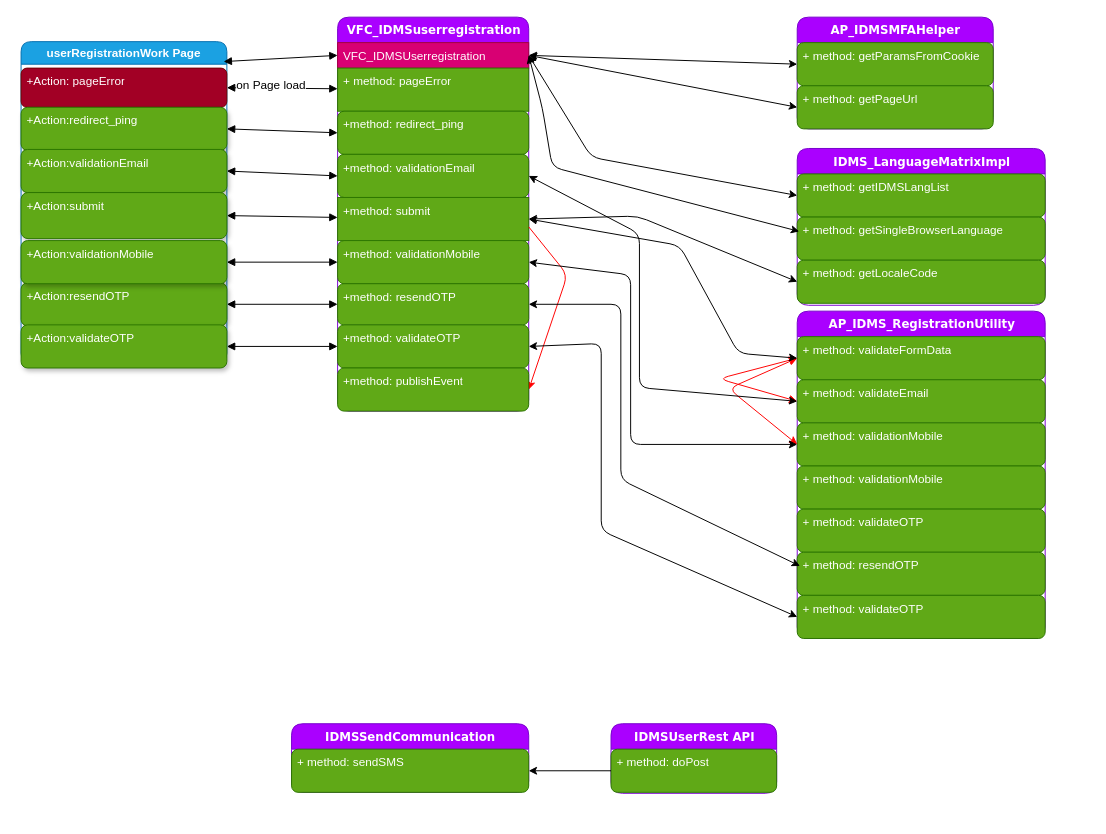
This is Registration Diagram B2B - Mobile.drawio from anoopijt/IDMS-Diagrams, a draw.io file, before an edit. Source tidied: cells renumbered, new cells numbered last; positions are measured from the earlier drawing's top-left corner, leaving out a move shared by most shapes. Both pictures are drawn from the tidied source at 98%, with x=0, y=0 at pixel (21, 17).
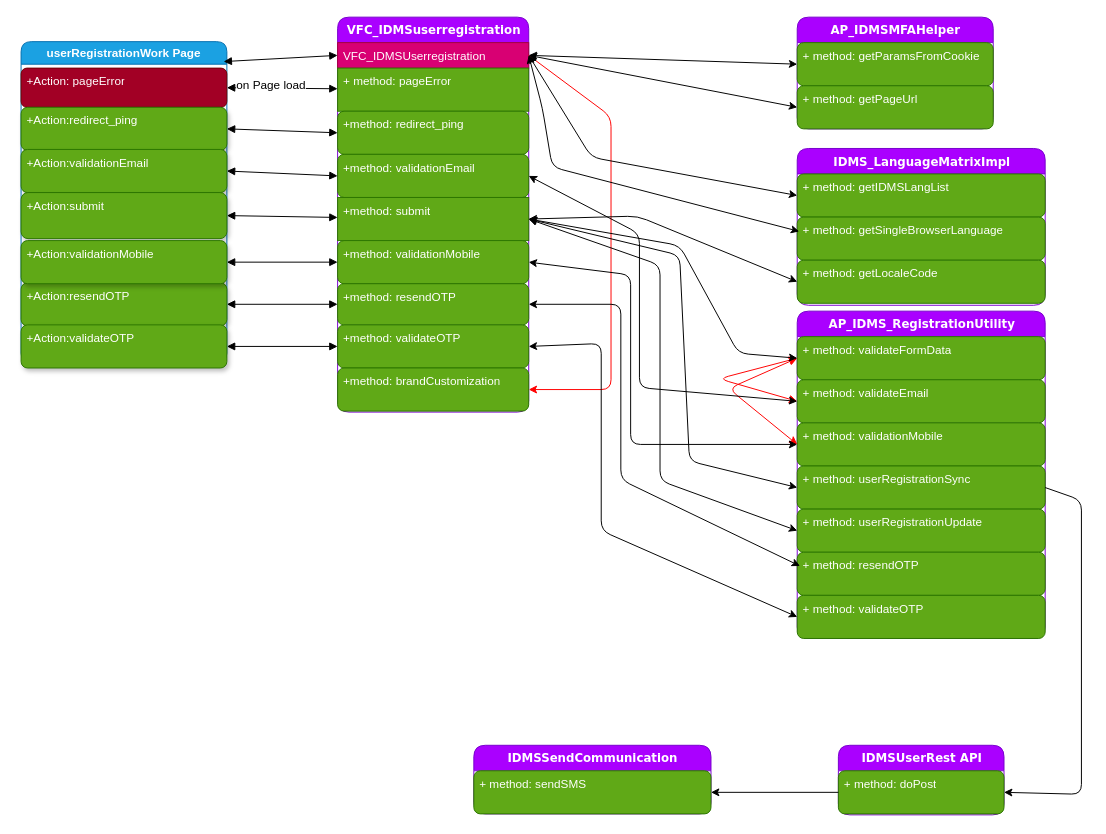
The same page after the edit.

The change refers to these unchanged cells:
```xml
<mxCell id="3" value="VFC_IDMSUserregistration" style="text;html=1;strokeColor=#A50040;fillColor=#d80073;align=left;verticalAlign=top;spacingLeft=4;spacingRight=4;whiteSpace=wrap;overflow=hidden;points=[[0,0.5],[1,0.5]];portConstraint=eastwest;fontColor=#ffffff;" parent="2" vertex="1">
  <mxGeometry y="26" width="195" height="26" as="geometry" />
</mxCell>
<mxCell id="7" value="+method: submit" style="text;html=1;strokeColor=#2D7600;fillColor=#60a917;align=left;verticalAlign=top;spacingLeft=4;spacingRight=4;whiteSpace=wrap;overflow=hidden;points=[[0,0.5],[1,0.5]];portConstraint=eastwest;fontColor=#ffffff;" parent="2" vertex="1">
  <mxGeometry y="184" width="195" height="44" as="geometry" />
</mxCell>
<mxCell id="39" value="AP_IDMS_RegistrationUtility" style="swimlane;html=1;fontStyle=1;align=center;verticalAlign=top;horizontal=1;startSize=26;swimlaneFillColor=#ffffff;rounded=1;shadow=0;comic=0;labelBackgroundColor=none;strokeColor=#7700CC;strokeWidth=1;fillColor=#aa00ff;fontFamily=Verdana;fontSize=12;fontColor=#ffffff;" parent="1" vertex="1">
  <mxGeometry x="792" y="300" width="253" height="334" as="geometry" />
</mxCell>
<mxCell id="53" value="+ method: doPost" style="text;html=1;strokeColor=#2D7600;fillColor=#60a917;align=left;verticalAlign=top;spacingLeft=4;spacingRight=4;whiteSpace=wrap;overflow=hidden;points=[[0,0.5],[1,0.5]];portConstraint=eastwest;shadow=0;comic=0;fontColor=#ffffff;rounded=1;" parent="52" vertex="1">
  <mxGeometry y="26" width="169" height="44" as="geometry" />
</mxCell>
```

What changed in the source:
```diff
@@
     <mxCell id="2" value="VFC_IDMSuserregistration" style="swimlane;html=1;fontStyle=1;align=center;verticalAlign=top;horizontal=1;startSize=26;swimlaneFillColor=#ffffff;rounded=1;shadow=0;comic=0;labelBackgroundColor=none;strokeColor=#7700CC;strokeWidth=1;fillColor=#aa00ff;fontFamily=Verdana;fontSize=12;fontColor=#ffffff;" parent="1" vertex="1">
-      <mxGeometry x="323" width="195" height="402" as="geometry" />
+      <mxGeometry x="323" width="195" height="403" as="geometry" />
     </mxCell>
@@
-    <mxCell id="8" style="endArrow=classic;html=1;strokeColor=#FF0000;exitX=1;exitY=0.5;exitDx=0;exitDy=0;entryX=1;entryY=0.5;entryDx=0;entryDy=0;" parent="2" edge="1" target="12">
-      <mxGeometry relative="1" as="geometry">
-        <mxPoint x="195" y="214" as="sourcePoint" />
-        <Array as="points">
-          <mxPoint x="234.5" y="263" />
-        </Array>
-      </mxGeometry>
-    </mxCell>
@@
-    <mxCell id="12" value="+method: publishEvent" style="text;html=1;strokeColor=#2D7600;fillColor=#60a917;align=left;verticalAlign=top;spacingLeft=4;spacingRight=4;whiteSpace=wrap;overflow=hidden;points=[[0,0.5],[1,0.5]];portConstraint=eastwest;rounded=1;fontColor=#ffffff;" parent="2" vertex="1">
-      <mxGeometry y="358" width="195" height="44" as="geometry" />
-    </mxCell>
+    <mxCell id="63" value="+method: brandCustomization" style="text;html=1;strokeColor=#2D7600;fillColor=#60a917;align=left;verticalAlign=top;spacingLeft=4;spacingRight=4;whiteSpace=wrap;overflow=hidden;points=[[0,0.5],[1,0.5]];portConstraint=eastwest;rounded=1;fontColor=#ffffff;" parent="2" vertex="1">
+      <mxGeometry y="358" width="195" height="44" as="geometry" />
+    </mxCell>
+    <mxCell id="8" style="endArrow=classic;html=1;strokeColor=#FF0000;entryX=1;entryY=0.5;entryDx=0;entryDy=0;exitX=1;exitY=0.5;exitDx=0;exitDy=0;" parent="2" edge="1" source="3" target="63">
+      <mxGeometry relative="1" as="geometry">
+        <Array as="points">
+          <mxPoint x="279" y="101.5" />
+          <mxPoint x="279" y="380" />
+        </Array>
+      </mxGeometry>
+    </mxCell>
@@
-    <mxCell id="45" value="+ method: validationMobile" style="text;html=1;strokeColor=#2D7600;fillColor=#60a917;align=left;verticalAlign=top;spacingLeft=4;spacingRight=4;whiteSpace=wrap;overflow=hidden;points=[[0,0.5],[1,0.5]];portConstraint=eastwest;shadow=0;comic=0;fontColor=#ffffff;rounded=1;" parent="39" vertex="1">
+    <mxCell id="45" value="+ method: userRegistrationSync" style="text;html=1;strokeColor=#2D7600;fillColor=#60a917;align=left;verticalAlign=top;spacingLeft=4;spacingRight=4;whiteSpace=wrap;overflow=hidden;points=[[0,0.5],[1,0.5]];portConstraint=eastwest;shadow=0;comic=0;fontColor=#ffffff;rounded=1;" parent="39" vertex="1">
       <mxGeometry y="158" width="253" height="44" as="geometry" />
     </mxCell>
-    <mxCell id="46" value="+ method: validateOTP" style="text;html=1;strokeColor=#2D7600;fillColor=#60a917;align=left;verticalAlign=top;spacingLeft=4;spacingRight=4;whiteSpace=wrap;overflow=hidden;points=[[0,0.5],[1,0.5]];portConstraint=eastwest;shadow=0;comic=0;fontColor=#ffffff;rounded=1;" parent="39" vertex="1">
+    <mxCell id="46" value="+ method: userRegistrationUpdate" style="text;html=1;strokeColor=#2D7600;fillColor=#60a917;align=left;verticalAlign=top;spacingLeft=4;spacingRight=4;whiteSpace=wrap;overflow=hidden;points=[[0,0.5],[1,0.5]];portConstraint=eastwest;shadow=0;comic=0;fontColor=#ffffff;rounded=1;" parent="39" vertex="1">
       <mxGeometry y="202" width="253" height="44" as="geometry" />
     </mxCell>
@@
     <mxCell id="52" value="IDMSUserRest API" style="swimlane;html=1;fontStyle=1;align=center;verticalAlign=top;horizontal=1;startSize=26;swimlaneFillColor=#ffffff;rounded=1;shadow=0;comic=0;labelBackgroundColor=none;strokeColor=#7700CC;strokeWidth=1;fillColor=#aa00ff;fontFamily=Verdana;fontSize=12;fontColor=#ffffff;" parent="1" vertex="1">
-      <mxGeometry x="602" y="721" width="169" height="71" as="geometry" />
+      <mxGeometry x="834" y="743" width="169" height="71" as="geometry" />
     </mxCell>
@@
     <mxCell id="54" value="IDMSSendCommunication" style="swimlane;html=1;fontStyle=1;align=center;verticalAlign=top;horizontal=1;startSize=26;swimlaneFillColor=#ffffff;rounded=1;shadow=0;comic=0;labelBackgroundColor=none;strokeColor=#7700CC;strokeWidth=1;fillColor=#aa00ff;fontFamily=Verdana;fontSize=12;fontColor=#ffffff;" parent="1" vertex="1">
-      <mxGeometry x="276" y="721" width="242" height="70" as="geometry" />
+      <mxGeometry x="462" y="743" width="242" height="70" as="geometry" />
     </mxCell>
@@
+    <mxCell id="64" style="endArrow=classic;startArrow=classic;html=1;exitX=1;exitY=0.5;exitDx=0;exitDy=0;entryX=0;entryY=0.5;entryDx=0;entryDy=0;" parent="1" edge="1" source="7" target="45">
+      <mxGeometry relative="1" as="geometry">
+        <Array as="points">
+          <mxPoint x="672" y="243" />
+          <mxPoint x="682" y="453" />
+        </Array>
+      </mxGeometry>
+    </mxCell>
+    <mxCell id="65" style="endArrow=classic;startArrow=classic;html=1;exitX=1;exitY=0.5;exitDx=0;exitDy=0;entryX=0;entryY=0.5;entryDx=0;entryDy=0;" parent="1" edge="1" source="7" target="46">
+      <mxGeometry relative="1" as="geometry">
+        <Array as="points">
+          <mxPoint x="652" y="253" />
+          <mxPoint x="652" y="473" />
+        </Array>
+      </mxGeometry>
+    </mxCell>
+    <mxCell id="66" style="endArrow=classic;html=1;entryX=1;entryY=0.5;entryDx=0;entryDy=0;exitX=1;exitY=0.5;exitDx=0;exitDy=0;" parent="1" edge="1" source="45" target="53">
+      <mxGeometry relative="1" as="geometry">
+        <Array as="points">
+          <mxPoint x="1082" y="493" />
+          <mxPoint x="1082" y="793" />
+        </Array>
+      </mxGeometry>
+    </mxCell>
```
